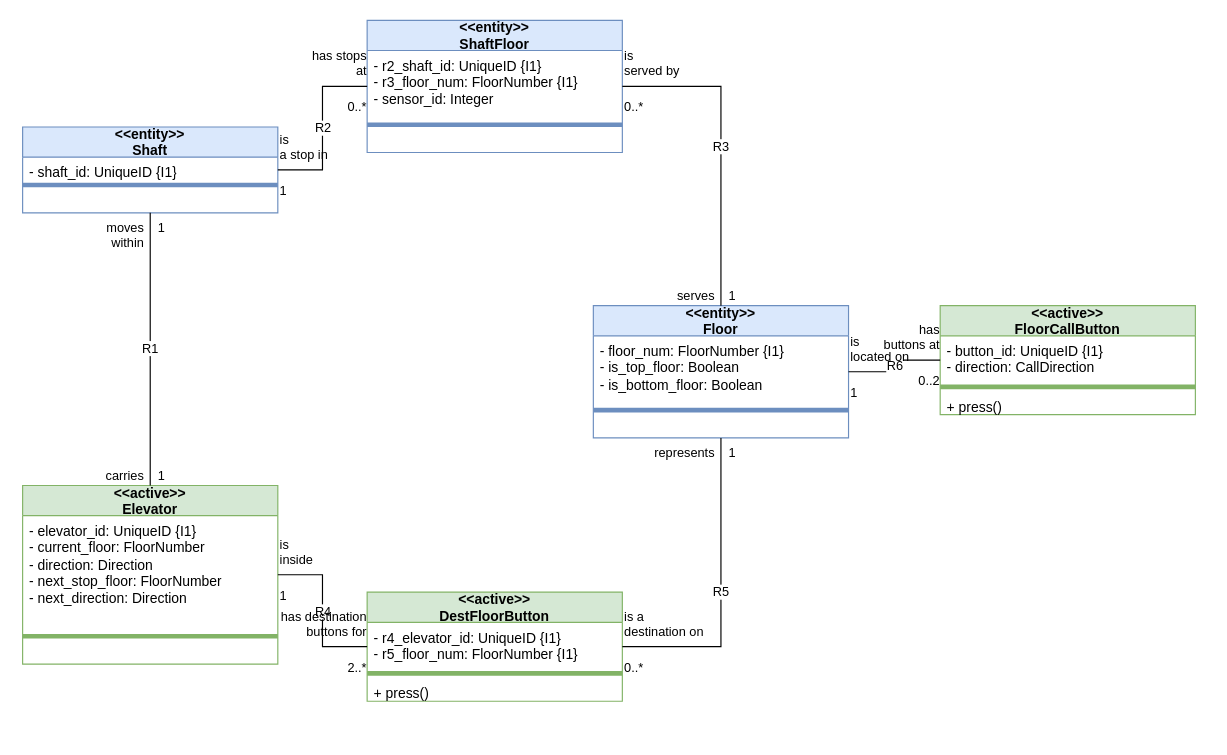
Before: examples/elevator/.design/model/diagrams/Elevator-class-diagram.drawio in BChaloux-Cyn/MDF-Simulator, a draw.io diagram. Source tidied: cells renumbered, new cells numbered last; positions are measured from the earlier drawing's top-left corner, leaving out a move shared by most shapes. Both pictures are drawn from the tidied source at 116%, with x=0, y=0 at pixel (22, 20).
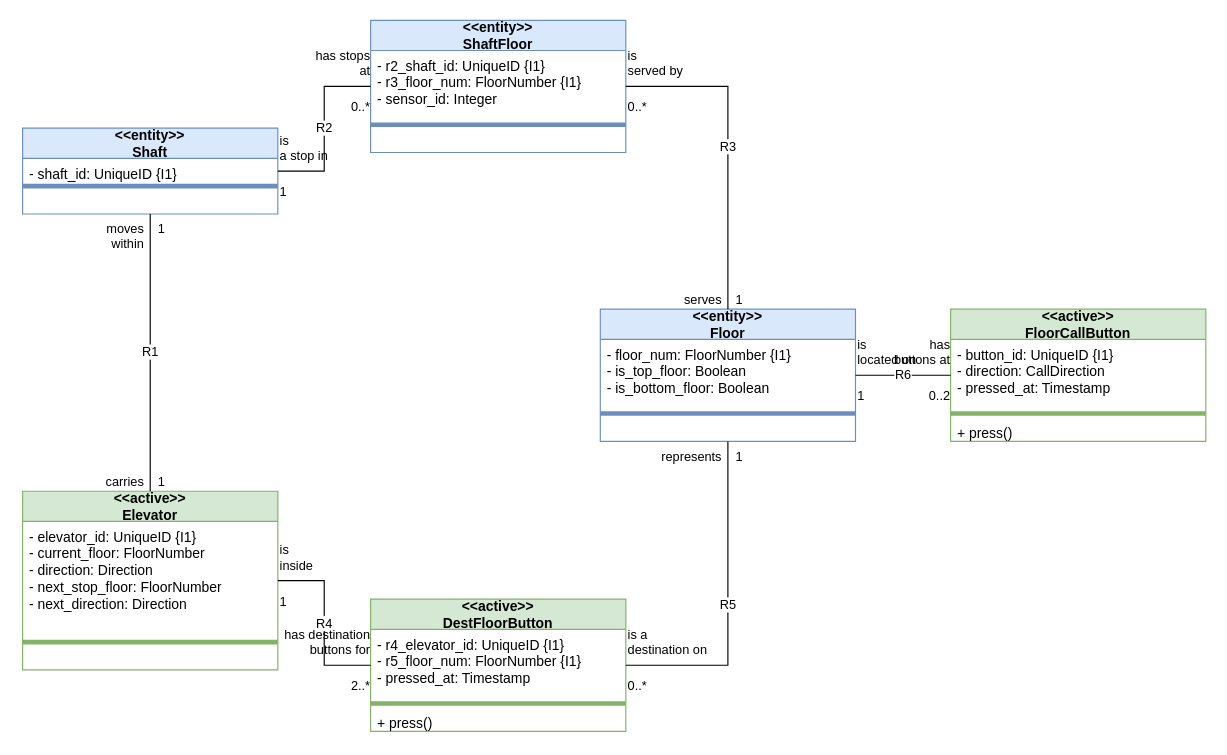
Above is the later version.

Commit message (it also covers changes not shown here):
feat(elevator): Arriving entry action and diagram updates

Change to the diagram source:
```diff
@@
     <mxCell id="2" value="&lt;&lt;active&gt;&gt;&#10;Elevator" style="swimlane;fontStyle=1;horizontal=1;startSize=26;fillColor=#d5e8d4;strokeColor=#82b366;rounded=0;" parent="1" vertex="1">
-      <mxGeometry y="401" width="220" height="154" as="geometry" />
+      <mxGeometry y="406" width="220" height="154" as="geometry" />
     </mxCell>
@@
     <mxCell id="6" value="&lt;&lt;entity&gt;&gt;&#10;Shaft" style="swimlane;fontStyle=1;horizontal=1;startSize=26;fillColor=#dae8fc;strokeColor=#6c8ebf;rounded=0;" parent="1" vertex="1">
-      <mxGeometry y="92" width="220" height="74" as="geometry" />
+      <mxGeometry y="93" width="220" height="74" as="geometry" />
     </mxCell>
@@
     <mxCell id="10" value="&lt;&lt;entity&gt;&gt;&#10;Floor" style="swimlane;fontStyle=1;horizontal=1;startSize=26;fillColor=#dae8fc;strokeColor=#6c8ebf;rounded=0;" parent="1" vertex="1">
-      <mxGeometry x="492" y="246" width="220" height="114" as="geometry" />
+      <mxGeometry x="498" y="249" width="220" height="114" as="geometry" />
     </mxCell>
@@
     <mxCell id="14" value="&lt;&lt;entity&gt;&gt;&#10;ShaftFloor" style="swimlane;fontStyle=1;horizontal=1;startSize=26;fillColor=#dae8fc;strokeColor=#6c8ebf;rounded=0;" parent="1" vertex="1">
-      <mxGeometry x="297" width="220" height="114" as="geometry" />
+      <mxGeometry x="300" width="220" height="114" as="geometry" />
     </mxCell>
@@
     <mxCell id="18" value="&lt;&lt;active&gt;&gt;&#10;DestFloorButton" style="swimlane;fontStyle=1;horizontal=1;startSize=26;fillColor=#d5e8d4;strokeColor=#82b366;rounded=0;" parent="1" vertex="1">
-      <mxGeometry x="297" y="493" width="220" height="94" as="geometry" />
+      <mxGeometry x="300" y="499" width="220" height="114" as="geometry" />
     </mxCell>
-    <mxCell id="19" value="- r4_elevator_id: UniqueID {I1}&lt;br&gt;- r5_floor_num: FloorNumber {I1}" style="text;strokeColor=none;fillColor=none;align=left;verticalAlign=top;spacingLeft=4;spacingRight=4;html=1;overflow=hidden;" parent="18" vertex="1">
-      <mxGeometry y="26" width="220" height="40" as="geometry" />
+    <mxCell id="19" value="- r4_elevator_id: UniqueID {I1}&lt;br&gt;- r5_floor_num: FloorNumber {I1}&lt;br&gt;- pressed_at: Timestamp" style="text;strokeColor=none;fillColor=none;align=left;verticalAlign=top;spacingLeft=4;spacingRight=4;html=1;overflow=hidden;" parent="18" vertex="1">
+      <mxGeometry y="26" width="220" height="60" as="geometry" />
     </mxCell>
     <mxCell id="20" style="line;strokeColor=inherit;fillColor=none;align=left;verticalAlign=middle;spacingTop=-1;spacingBottom=-1;spacingLeft=3;spacingRight=3;" parent="18" vertex="1">
-      <mxGeometry y="66" width="220" height="8" as="geometry" />
+      <mxGeometry y="86" width="220" height="8" as="geometry" />
     </mxCell>
     <mxCell id="21" value="+ press()" style="text;strokeColor=none;fillColor=none;align=left;verticalAlign=top;spacingLeft=4;spacingRight=4;html=1;overflow=hidden;" parent="18" vertex="1">
-      <mxGeometry y="74" width="220" height="20" as="geometry" />
+      <mxGeometry y="94" width="220" height="20" as="geometry" />
     </mxCell>
     <mxCell id="22" value="&lt;&lt;active&gt;&gt;&#10;FloorCallButton" style="swimlane;fontStyle=1;horizontal=1;startSize=26;fillColor=#d5e8d4;strokeColor=#82b366;rounded=0;" parent="1" vertex="1">
-      <mxGeometry x="791" y="246" width="220" height="94" as="geometry" />
+      <mxGeometry x="800" y="249" width="220" height="114" as="geometry" />
     </mxCell>
-    <mxCell id="23" value="- button_id: UniqueID {I1}&lt;br&gt;- direction: CallDirection" style="text;strokeColor=none;fillColor=none;align=left;verticalAlign=top;spacingLeft=4;spacingRight=4;html=1;overflow=hidden;" parent="22" vertex="1">
-      <mxGeometry y="26" width="220" height="40" as="geometry" />
+    <mxCell id="23" value="- button_id: UniqueID {I1}&lt;br&gt;- direction: CallDirection&lt;br&gt;- pressed_at: Timestamp" style="text;strokeColor=none;fillColor=none;align=left;verticalAlign=top;spacingLeft=4;spacingRight=4;html=1;overflow=hidden;" parent="22" vertex="1">
+      <mxGeometry y="26" width="220" height="60" as="geometry" />
     </mxCell>
     <mxCell id="24" style="line;strokeColor=inherit;fillColor=none;align=left;verticalAlign=middle;spacingTop=-1;spacingBottom=-1;spacingLeft=3;spacingRight=3;" parent="22" vertex="1">
-      <mxGeometry y="66" width="220" height="8" as="geometry" />
+      <mxGeometry y="86" width="220" height="8" as="geometry" />
     </mxCell>
     <mxCell id="25" value="+ press()" style="text;strokeColor=none;fillColor=none;align=left;verticalAlign=top;spacingLeft=4;spacingRight=4;html=1;overflow=hidden;" parent="22" vertex="1">
-      <mxGeometry y="74" width="220" height="20" as="geometry" />
+      <mxGeometry y="94" width="220" height="20" as="geometry" />
     </mxCell>
```
